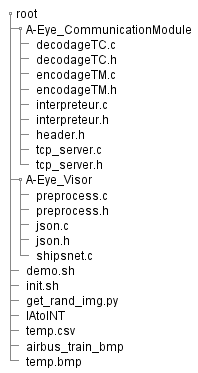
This is out/plantuml/A-Eye_arboresence/arbo_zybo.png from GuilhemROLLAND/A-Eye_Documentation, a PlantUML export, as it was before one commit. Source of this version:
```plantuml
@startsalt arbo_zybo

{
    {T
        +root
            ++A-Eye_CommunicationModule
                +++decodageTC.c
                +++decodageTC.h
                +++encodageTM.c
                +++encodageTM.h
                +++interpreteur.c
                +++interpreteur.h
                +++header.h
                +++tcp_server.c
                +++tcp_server.h
            ++A-Eye_Visor
                +++preprocess.c
                +++preprocess.h
                +++json.c
                +++json.h
                +++shipsnet.c
            ++demo.sh
            ++init.sh
            ++get_rand_img.py
            ++IAtoINT
            ++temp.csv
            ++airbus_train_bmp
            ++temp.bmp
    }
}

@endsalt
```
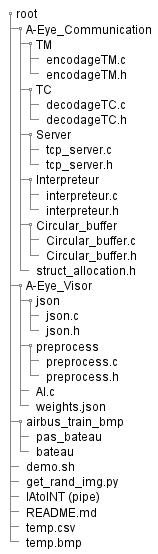
Above is the later version.

The edit, as a diff of the source:
```diff
@@ -3,28 +3,41 @@
 {
     {T
         +root
-            ++A-Eye_CommunicationModule
-                +++decodageTC.c
-                +++decodageTC.h
-                +++encodageTM.c
-                +++encodageTM.h
-                +++interpreteur.c
-                +++interpreteur.h
-                +++header.h
-                +++tcp_server.c
-                +++tcp_server.h
+            ++A-Eye_Communication
+                +++TM
+                    ++++encodageTM.c
+                    ++++encodageTM.h
+                +++TC
+                    ++++decodageTC.c
+                    ++++decodageTC.h
+                +++Server
+                    ++++tcp_server.c
+                    ++++tcp_server.h
+                +++Interpreteur
+                    ++++interpreteur.c
+                    ++++interpreteur.h
+                +++Circular_buffer
+                    ++++Circular_buffer.c
+                    ++++Circular_buffer.h
+                +++struct_allocation.h
+
             ++A-Eye_Visor
-                +++preprocess.c
-                +++preprocess.h
-                +++json.c
-                +++json.h
-                +++shipsnet.c
+                +++json
+                    ++++json.c
+                    ++++json.h
+                +++preprocess
+                    ++++preprocess.c
+                    ++++preprocess.h
+                +++AI.c
+                +++weights.json
+            ++airbus_train_bmp
+                +++pas_bateau
+                +++bateau
             ++demo.sh
-            ++init.sh
             ++get_rand_img.py
-            ++IAtoINT
+            ++IAtoINT (pipe)
+            ++README.md
             ++temp.csv
-            ++airbus_train_bmp
             ++temp.bmp
     }
 }
```
